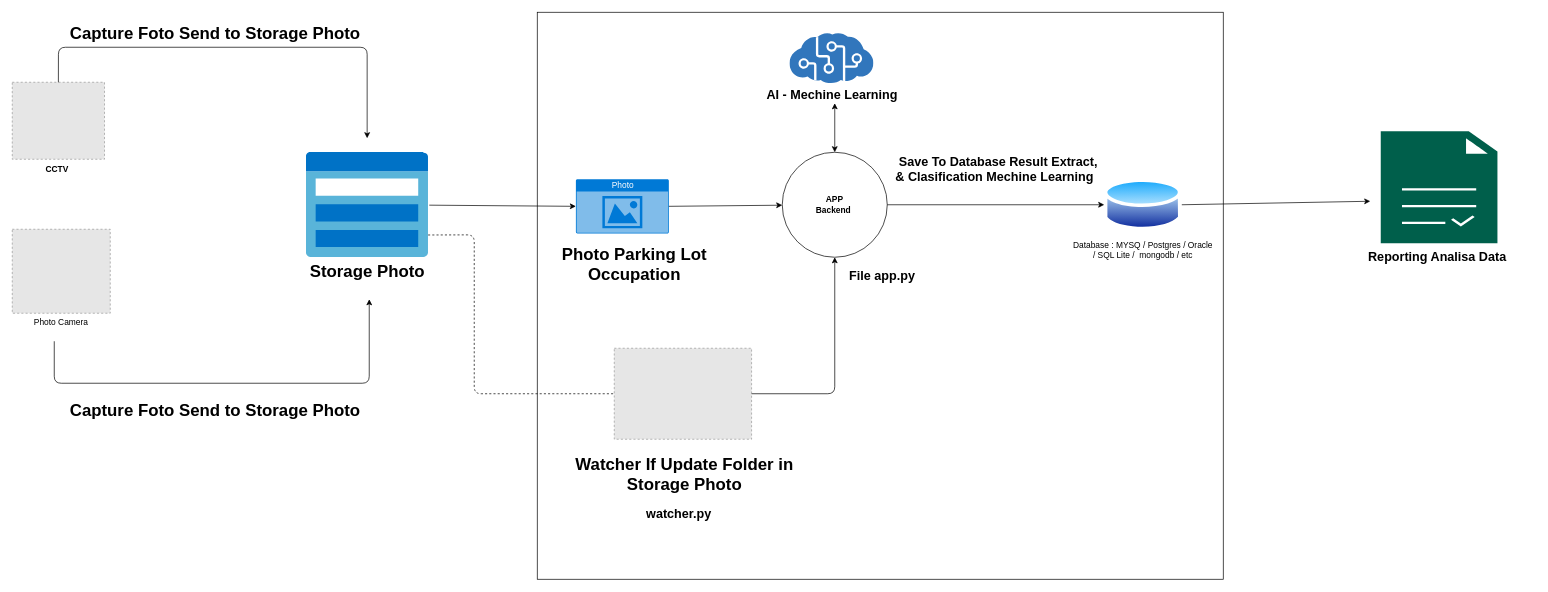
This is design/architecture.drawio from dendie-sanjaya/ai-vehicle-classification, a draw.io file, before an edit. Source tidied: cells renumbered, new cells numbered last; positions are measured from the earlier drawing's top-left corner, leaving out a move shared by most shapes. Both pictures are drawn from the tidied source at 70%, with x=0, y=0 at pixel (12, 12). Pictures stored in the file or linked from it are replaced by grey dashed boxes.
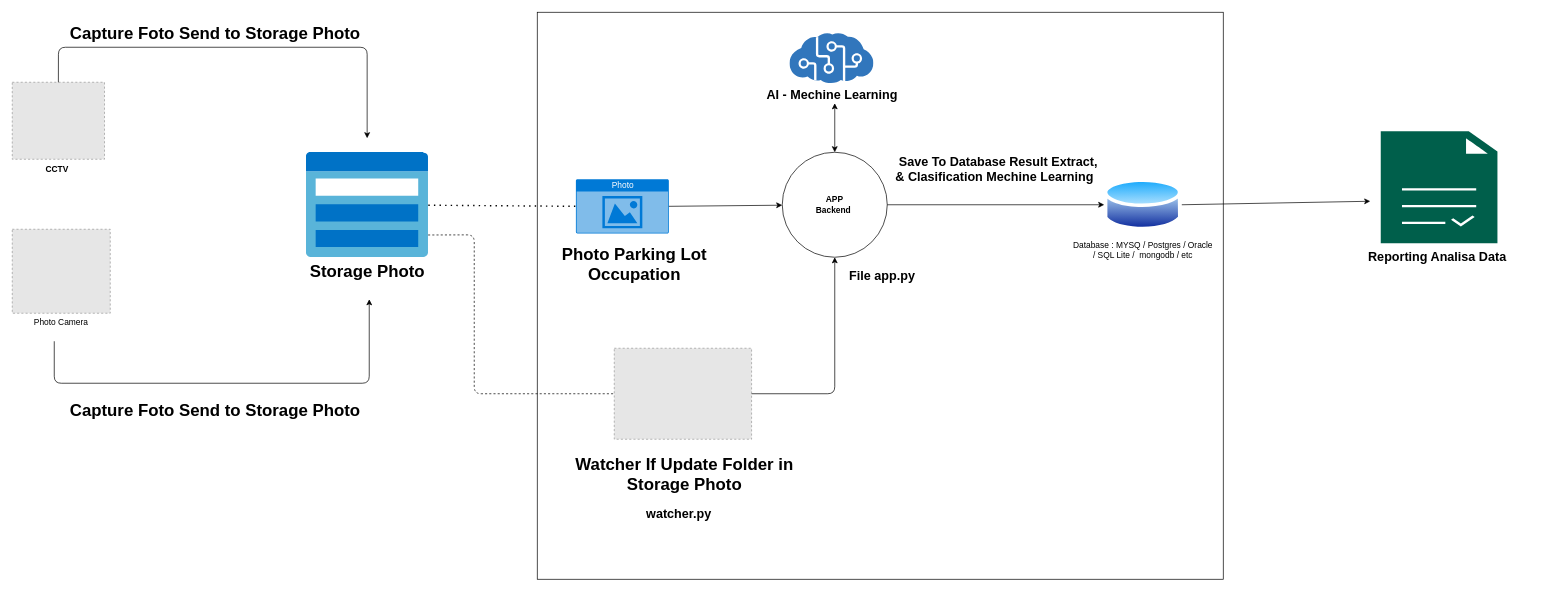
After the change.

The change refers to these unchanged cells:
```xml
<mxCell id="2" style="group;" parent="1" vertex="1">
  <mxGeometry width="2176.7" height="810" as="geometry" />
</mxCell>
<mxCell id="8" value="Photo" style="html=1;strokeColor=none;fillColor=#0079D6;labelPosition=center;verticalLabelPosition=middle;verticalAlign=top;align=center;fontSize=12;outlineConnect=0;spacingTop=-6;fontColor=#FFFFFF;shape=mxgraph.sitemap.photo;" parent="3" vertex="1">
  <mxGeometry x="55.2" y="238.5" width="132.8" height="77.5" as="geometry" />
</mxCell>
<mxCell id="21" value="&lt;font style=&quot;font-size: 24px&quot;&gt;&lt;b&gt;Storage Photo&lt;/b&gt;&lt;/font&gt;" style="html=1;points=[];align=center;image;fontSize=12;image=img/lib/mscae/ClassicStorage.svg;" parent="2" vertex="1">
  <mxGeometry x="420" y="200" width="174.4" height="150" as="geometry" />
</mxCell>
```

Diff of the diagram source:
```diff
@@
-    <mxCell id="31" style="endArrow=classic;html=1;entryX=0;entryY=0.5;entryDx=0;entryDy=0;entryPerimeter=0;exitX=1.008;exitY=0.504;exitDx=0;exitDy=0;exitPerimeter=0;" parent="2" edge="1" source="21" target="8">
+    <mxCell id="31" style="endArrow=none;dashed=1;html=1;dashPattern=1 3;strokeWidth=2;entryX=0;entryY=0.5;entryDx=0;entryDy=0;entryPerimeter=0;" parent="2" edge="1" source="21" target="8">
       <mxGeometry relative="1" as="geometry" />
     </mxCell>
```
